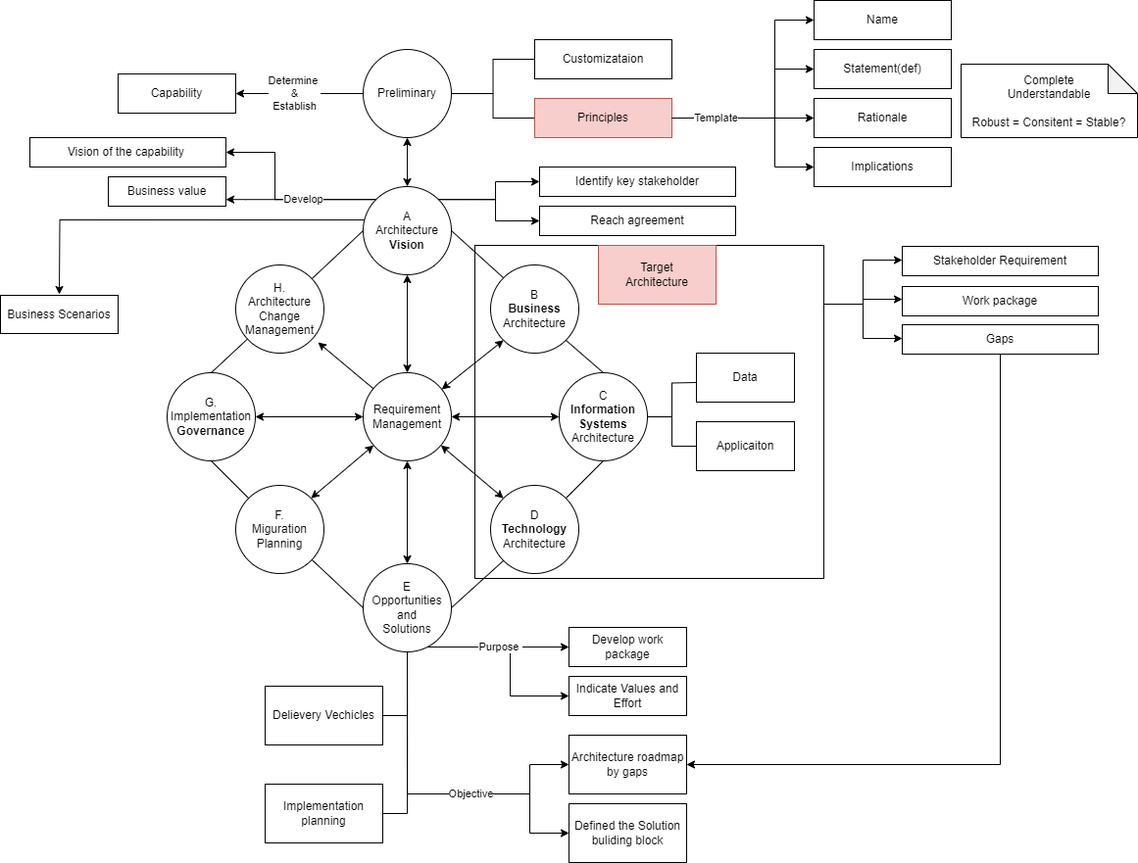
Earlier version of the draw.io export drawio/Togaf/adm.drawio.png (cmkam/architecture). Source tidied: cells renumbered, new cells last; positions are measured from the earlier drawing's top-left corner, leaving out a move shared by most shapes.
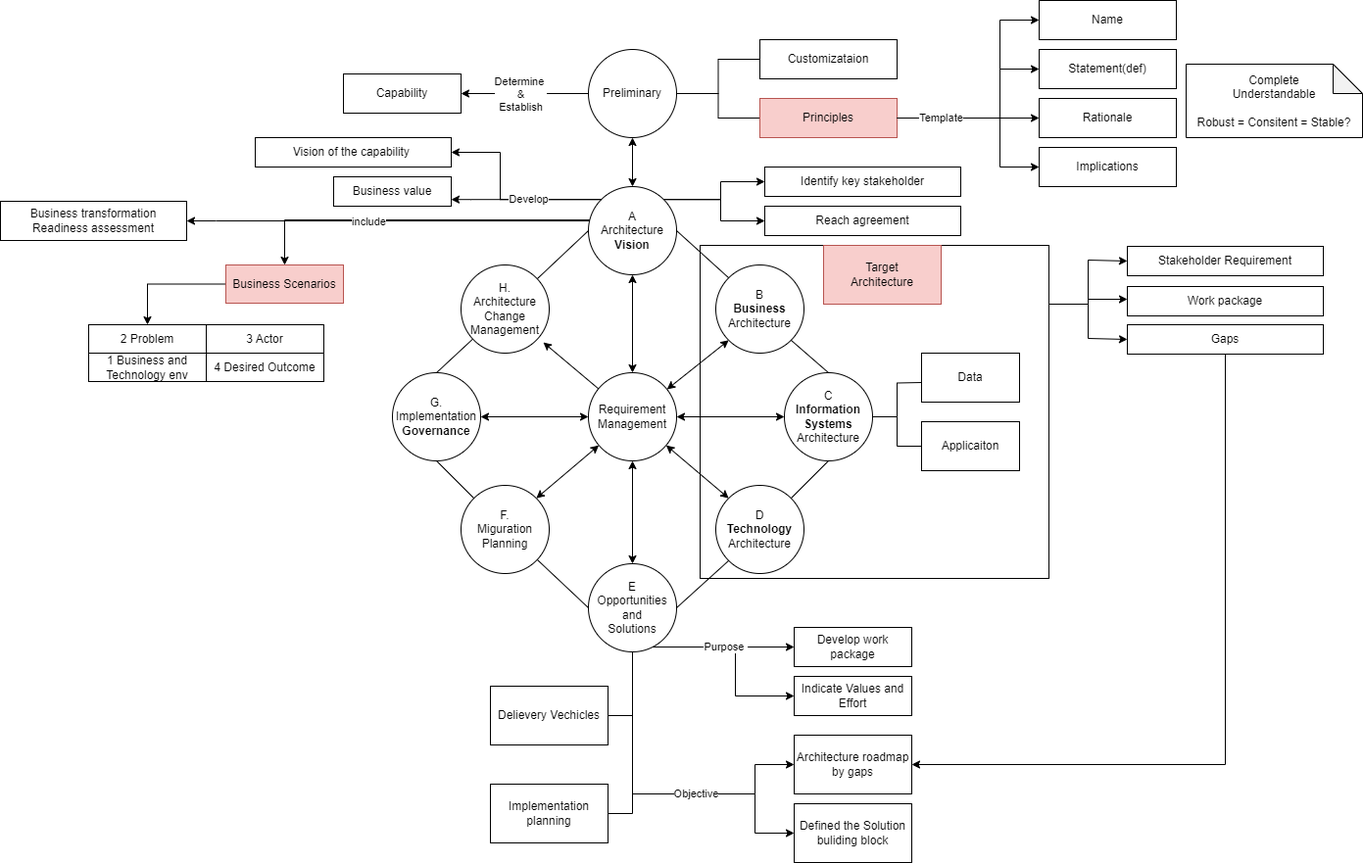
Later version of the same file.

The edit, as a diff of the source:
```diff
@@ -100,11 +100,20 @@
         </Array>
       </mxGeometry>
     </mxCell>
+    <mxCell id="81" style="edgeStyle=orthogonalEdgeStyle;rounded=0;jettySize=auto;html=1;exitX=0.044;exitY=0.389;exitDx=0;exitDy=0;exitPerimeter=0;entryX=1;entryY=0.5;entryDx=0;entryDy=0;" parent="14" edge="1" source="24" target="88">
+      <mxGeometry relative="1" as="geometry">
+        <Array as="points">
+          <mxPoint x="-10" y="225" />
+          <mxPoint x="-10" y="225" />
+        </Array>
+      </mxGeometry>
+    </mxCell>
-    <mxCell id="23" style="edgeStyle=orthogonalEdgeStyle;rounded=0;jettySize=auto;html=1;exitX=0.035;exitY=0.378;exitDx=0;exitDy=0;exitPerimeter=0;" parent="14" edge="1" source="24">
-      <mxGeometry relative="1" as="geometry">
-        <mxPoint x="60" y="300" as="targetPoint" />
-      </mxGeometry>
+    <mxCell id="23" style="edgeStyle=orthogonalEdgeStyle;rounded=0;jettySize=auto;html=1;exitX=0.035;exitY=0.378;exitDx=0;exitDy=0;exitPerimeter=0;entryX=0.5;entryY=0;entryDx=0;entryDy=0;" parent="14" edge="1" source="24" target="79">
+      <mxGeometry relative="1" as="geometry" />
     </mxCell>
+    <mxCell id="82" value="include" style="edgeLabel;html=1;align=center;verticalAlign=middle;" parent="23" vertex="1">
+      <mxGeometry x="0.27" y="1" relative="1" as="geometry" />
+    </mxCell>
     <mxCell id="24" value="A&lt;br&gt;Architecture&lt;br&gt;&lt;b&gt;Vision&lt;/b&gt;" style="ellipse;whiteSpace=wrap;html=1;" parent="14" vertex="1">
       <mxGeometry x="370" y="190" width="90" height="90" as="geometry" />
     </mxCell>
@@ -316,11 +325,29 @@
         </Array>
       </mxGeometry>
     </mxCell>
+    <mxCell id="83" style="edgeStyle=orthogonalEdgeStyle;rounded=0;jettySize=auto;html=1;entryX=0.5;entryY=0;entryDx=0;entryDy=0;" parent="14" edge="1" source="79" target="84">
+      <mxGeometry relative="1" as="geometry" />
+    </mxCell>
-    <mxCell id="79" value="Business Scenarios" style="rounded=0;whiteSpace=wrap;html=1;" parent="14" vertex="1">
-      <mxGeometry y="301" width="120" height="39" as="geometry" />
+    <mxCell id="79" value="Business Scenarios" style="rounded=0;whiteSpace=wrap;html=1;fillColor=#f8cecc;strokeColor=#b85450;" parent="14" vertex="1">
+      <mxGeometry y="270" width="120" height="39" as="geometry" />
     </mxCell>
     <mxCell id="80" value="Complete&lt;br&gt;Understandable&lt;br&gt;&lt;br&gt;Robust =&amp;nbsp;Consitent = Stable?" style="shape=note;whiteSpace=wrap;html=1;backgroundOutline=1;darkOpacity=0.05;" parent="14" vertex="1">
       <mxGeometry x="980" y="65" width="180" height="75" as="geometry" />
     </mxCell>
+    <mxCell id="84" value="2 Problem" style="rounded=0;whiteSpace=wrap;html=1;" parent="14" vertex="1">
+      <mxGeometry x="-140" y="331" width="120" height="29" as="geometry" />
+    </mxCell>
+    <mxCell id="85" value="1 Business and Technology env" style="rounded=0;whiteSpace=wrap;html=1;" parent="14" vertex="1">
+      <mxGeometry x="-140" y="360" width="120" height="29" as="geometry" />
+    </mxCell>
+    <mxCell id="86" value="3 Actor" style="rounded=0;whiteSpace=wrap;html=1;" parent="14" vertex="1">
+      <mxGeometry x="-20" y="331" width="120" height="29" as="geometry" />
+    </mxCell>
+    <mxCell id="87" value="4 Desired Outcome" style="rounded=0;whiteSpace=wrap;html=1;" parent="14" vertex="1">
+      <mxGeometry x="-20" y="360" width="120" height="29" as="geometry" />
+    </mxCell>
+    <mxCell id="88" value="Business transformation &lt;br&gt;Readiness assessment" style="rounded=0;whiteSpace=wrap;html=1;" parent="14" vertex="1">
+      <mxGeometry x="-230" y="205" width="190" height="40" as="geometry" />
+    </mxCell>
   </root>
 </mxGraphModel>
```
